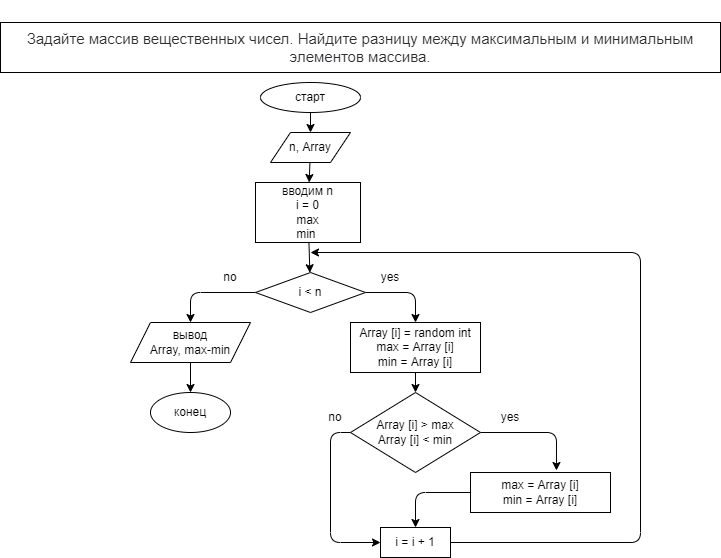
Earlier version of the draw.io export DZ5/zadacha38/diagram.drawio.png (ElenaFomenkova/DZ). Source tidied: cells renumbered, new cells last; positions are measured from the earlier drawing's top-left corner, leaving out a move shared by most shapes.
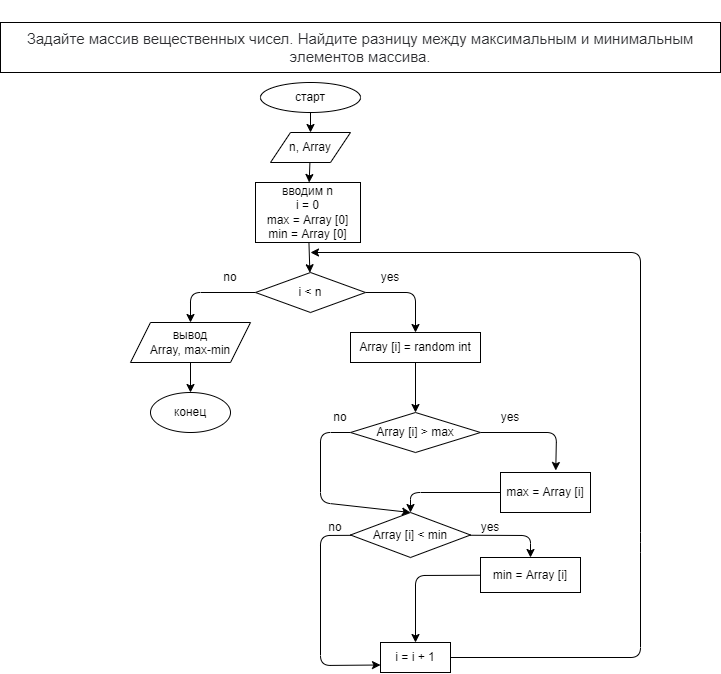
After the change.

The edit, as a diff of the source:
```diff
@@ -37,14 +37,14 @@
     <mxCell id="10" style="edgeStyle=none;html=1;" parent="1" edge="1" source="11" target="9">
       <mxGeometry relative="1" as="geometry" />
     </mxCell>
-    <mxCell id="11" value="&lt;span&gt;вводим n&lt;br&gt;i = 0&lt;br&gt;max&lt;br&gt;min&amp;nbsp;&lt;br&gt;&lt;/span&gt;" style="rounded=0;whiteSpace=wrap;html=1;" parent="1" vertex="1">
+    <mxCell id="11" value="&lt;span&gt;вводим n&lt;br&gt;i = 0&lt;br&gt;max = Array [0]&lt;br&gt;min = Array [0]&lt;br&gt;&lt;/span&gt;" style="rounded=0;whiteSpace=wrap;html=1;" parent="1" vertex="1">
       <mxGeometry x="255" y="160" width="105" height="60" as="geometry" />
     </mxCell>
     <mxCell id="12" style="edgeStyle=none;html=1;" parent="1" edge="1" source="13" target="20">
       <mxGeometry relative="1" as="geometry" />
     </mxCell>
-    <mxCell id="13" value="Array [i] = random int&lt;br&gt;max = Array [i]&lt;br&gt;min = Array [i]" style="rounded=0;whiteSpace=wrap;html=1;" parent="1" vertex="1">
-      <mxGeometry x="350" y="300" width="130" height="50" as="geometry" />
+    <mxCell id="13" value="Array [i] = random int" style="rounded=0;whiteSpace=wrap;html=1;" parent="1" vertex="1">
+      <mxGeometry x="350" y="310" width="130" height="30" as="geometry" />
     </mxCell>
     <mxCell id="14" value="yes" style="text;html=1;strokeColor=none;fillColor=none;align=center;verticalAlign=middle;whiteSpace=wrap;rounded=0;" parent="1" vertex="1">
       <mxGeometry x="360" y="240" width="60" height="30" as="geometry" />
@@ -67,47 +67,82 @@
         </Array>
       </mxGeometry>
     </mxCell>
-    <mxCell id="19" style="edgeStyle=none;html=1;entryX=0;entryY=0.5;entryDx=0;entryDy=0;" parent="1" edge="1" source="20" target="22">
-      <mxGeometry relative="1" as="geometry">
-        <Array as="points">
-          <mxPoint x="330" y="410" />
-          <mxPoint x="330" y="520" />
-        </Array>
-      </mxGeometry>
-    </mxCell>
+    <mxCell id="28" style="edgeStyle=none;html=1;entryX=0.5;entryY=0;entryDx=0;entryDy=0;" parent="1" edge="1" source="20" target="32">
+      <mxGeometry relative="1" as="geometry">
+        <Array as="points">
+          <mxPoint x="320" y="410" />
+          <mxPoint x="320" y="480" />
+        </Array>
+      </mxGeometry>
+    </mxCell>
-    <mxCell id="20" value="Array [i] &amp;gt; max&lt;br&gt;Array [i] &amp;lt; min" style="rhombus;whiteSpace=wrap;html=1;" parent="1" vertex="1">
-      <mxGeometry x="350" y="370" width="130" height="80" as="geometry" />
+    <mxCell id="20" value="Array [i] &amp;gt; max" style="rhombus;whiteSpace=wrap;html=1;" parent="1" vertex="1">
+      <mxGeometry x="350" y="390" width="130" height="40" as="geometry" />
     </mxCell>
     <mxCell id="21" style="edgeStyle=none;html=1;" parent="1" edge="1" source="22">
       <mxGeometry relative="1" as="geometry">
         <mxPoint x="310" y="230" as="targetPoint" />
         <Array as="points">
+          <mxPoint x="640" y="635" />
           <mxPoint x="640" y="520" />
           <mxPoint x="640" y="230" />
         </Array>
       </mxGeometry>
     </mxCell>
     <mxCell id="22" value="i = i + 1" style="rounded=0;whiteSpace=wrap;html=1;" parent="1" vertex="1">
-      <mxGeometry x="380" y="505" width="70" height="30" as="geometry" />
+      <mxGeometry x="380" y="620" width="70" height="30" as="geometry" />
     </mxCell>
-    <mxCell id="23" style="edgeStyle=none;html=1;" parent="1" edge="1" source="24" target="22">
-      <mxGeometry relative="1" as="geometry">
-        <Array as="points">
-          <mxPoint x="415" y="470" />
-        </Array>
-      </mxGeometry>
-    </mxCell>
+    <mxCell id="29" style="edgeStyle=none;html=1;entryX=0.5;entryY=0;entryDx=0;entryDy=0;" parent="1" edge="1" source="24" target="32">
+      <mxGeometry relative="1" as="geometry">
+        <Array as="points">
+          <mxPoint x="410" y="470" />
+        </Array>
+      </mxGeometry>
+    </mxCell>
-    <mxCell id="24" value="max = Array [i]&lt;br&gt;min = Array [i]" style="rounded=0;whiteSpace=wrap;html=1;" parent="1" vertex="1">
-      <mxGeometry x="470" y="450" width="140" height="40" as="geometry" />
+    <mxCell id="24" value="max = Array [i]" style="rounded=0;whiteSpace=wrap;html=1;" parent="1" vertex="1">
+      <mxGeometry x="500" y="450" width="90" height="40" as="geometry" />
     </mxCell>
     <mxCell id="25" value="yes" style="text;html=1;strokeColor=none;fillColor=none;align=center;verticalAlign=middle;whiteSpace=wrap;rounded=0;" parent="1" vertex="1">
       <mxGeometry x="480" y="380" width="60" height="30" as="geometry" />
     </mxCell>
     <mxCell id="26" value="no" style="text;html=1;strokeColor=none;fillColor=none;align=center;verticalAlign=middle;whiteSpace=wrap;rounded=0;" parent="1" vertex="1">
-      <mxGeometry x="305" y="380" width="60" height="30" as="geometry" />
+      <mxGeometry x="310" y="380" width="60" height="30" as="geometry" />
     </mxCell>
     <mxCell id="27" value="конец" style="ellipse;whiteSpace=wrap;html=1;" parent="1" vertex="1">
       <mxGeometry x="150" y="370" width="80" height="40" as="geometry" />
     </mxCell>
+    <mxCell id="30" style="edgeStyle=none;html=1;entryX=0.5;entryY=0;entryDx=0;entryDy=0;" parent="1" edge="1" source="32" target="34">
+      <mxGeometry relative="1" as="geometry">
+        <Array as="points">
+          <mxPoint x="530" y="513" />
+        </Array>
+      </mxGeometry>
+    </mxCell>
+    <mxCell id="31" style="edgeStyle=none;html=1;entryX=0;entryY=0.75;entryDx=0;entryDy=0;" parent="1" edge="1" source="32" target="22">
+      <mxGeometry relative="1" as="geometry">
+        <Array as="points">
+          <mxPoint x="320" y="513" />
+          <mxPoint x="320" y="643" />
+        </Array>
+      </mxGeometry>
+    </mxCell>
+    <mxCell id="32" value="Array [i] &amp;lt; min" style="rhombus;whiteSpace=wrap;html=1;" parent="1" vertex="1">
+      <mxGeometry x="350" y="490" width="120" height="45" as="geometry" />
+    </mxCell>
+    <mxCell id="33" style="edgeStyle=none;html=1;entryX=0.5;entryY=0;entryDx=0;entryDy=0;" parent="1" edge="1" source="34" target="22">
+      <mxGeometry relative="1" as="geometry">
+        <Array as="points">
+          <mxPoint x="415" y="553" />
+        </Array>
+      </mxGeometry>
+    </mxCell>
+    <mxCell id="34" value="min = Array [i]" style="rounded=0;whiteSpace=wrap;html=1;" parent="1" vertex="1">
+      <mxGeometry x="480" y="535" width="100" height="35" as="geometry" />
+    </mxCell>
+    <mxCell id="35" value="yes" style="text;html=1;strokeColor=none;fillColor=none;align=center;verticalAlign=middle;whiteSpace=wrap;rounded=0;" parent="1" vertex="1">
+      <mxGeometry x="460" y="490" width="60" height="30" as="geometry" />
+    </mxCell>
+    <mxCell id="36" value="no" style="text;html=1;strokeColor=none;fillColor=none;align=center;verticalAlign=middle;whiteSpace=wrap;rounded=0;" parent="1" vertex="1">
+      <mxGeometry x="305" y="490" width="60" height="30" as="geometry" />
+    </mxCell>
   </root>
 </mxGraphModel>
```
